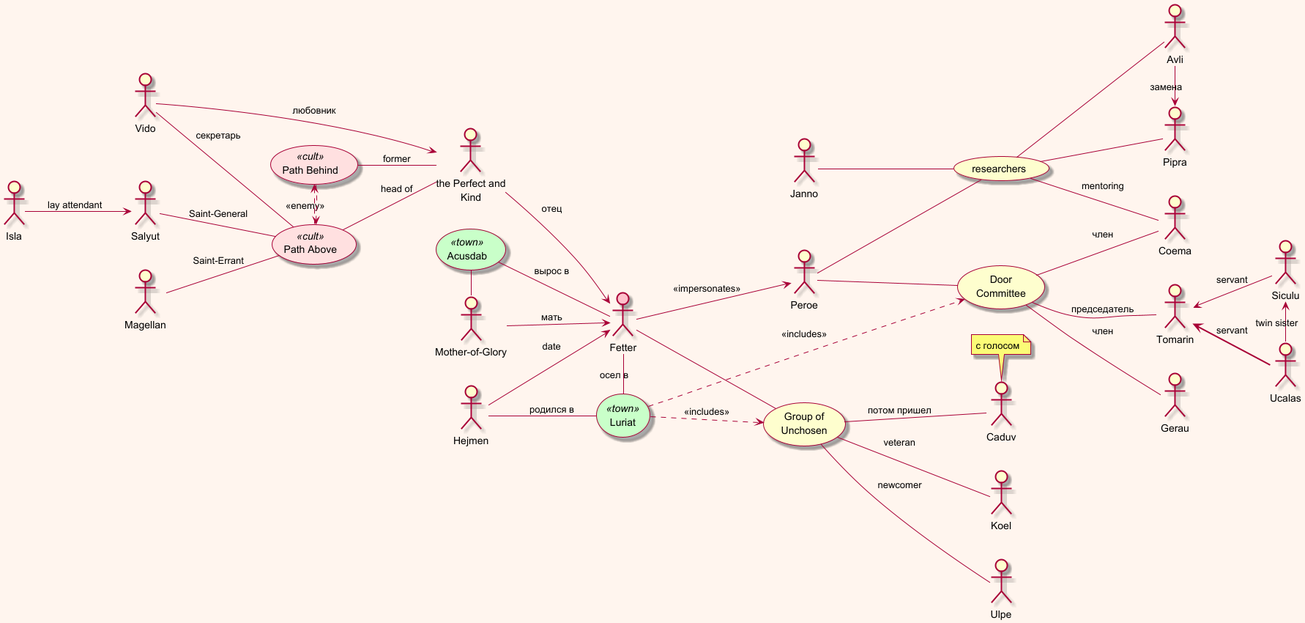
Earlier version of the PlantUML export The Saint of Bright Doors/The Saint of Bright Doors.png (olek3/reading).
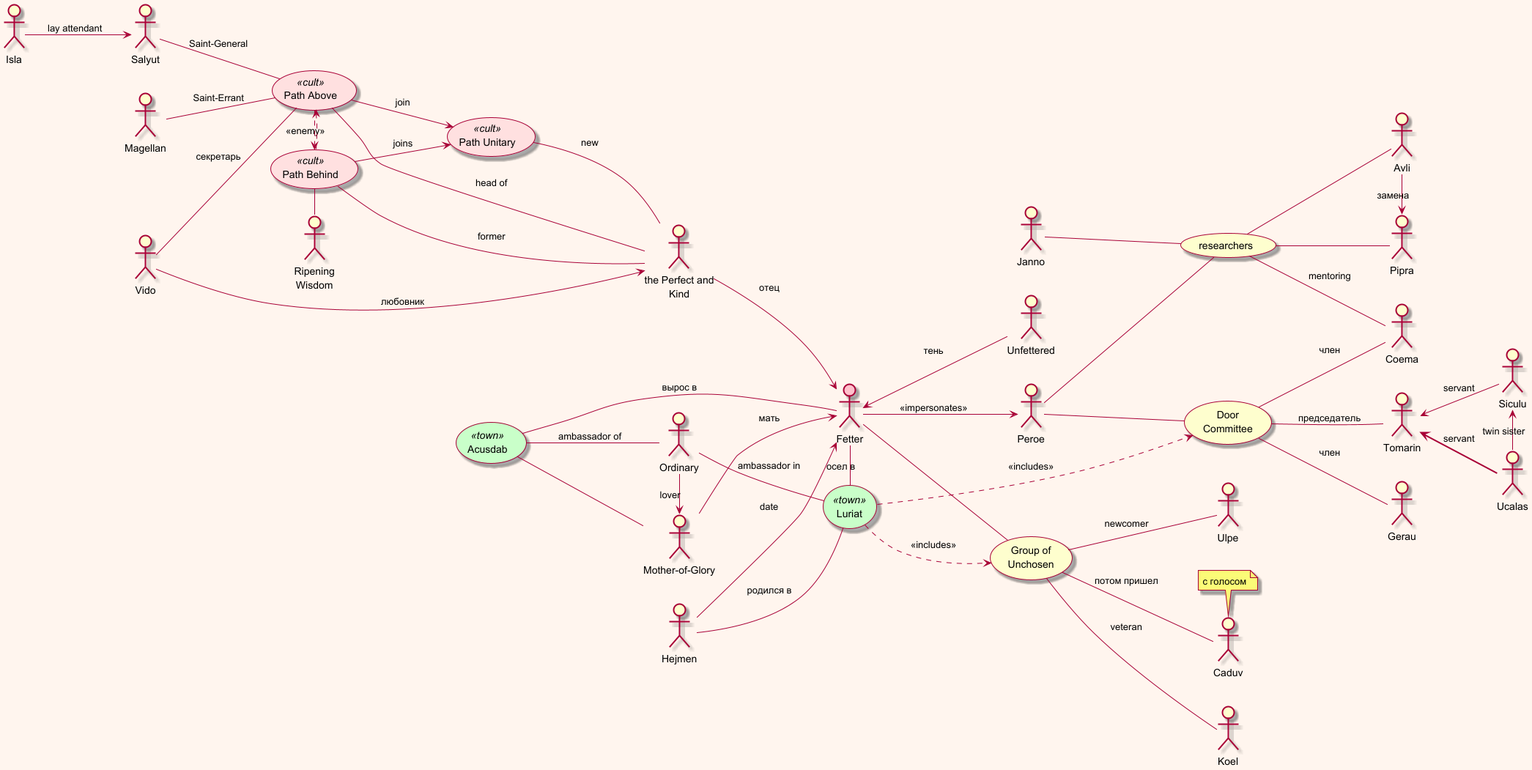
Above is the later version.

Diff of the diagram source:
```diff
@@ -103,4 +103,19 @@
 
 :Isla: --> :Salyut: : lay attendant
 
+(Path Unitary) as unitary <<cult>>
+
+unitary -- father : new
+behind --> unitary : joins
+above --> unitary : join
+
+(Acusdab) -- :Ordinary: : ambassador of
+:Ordinary: -- luriat  : ambassador in
+
+:Ordinary: -> mother : lover
+
+behind - :Ripening Wisdom:
+
+fetter <-- :Unfettered: : тень
+
 @enduml
```
